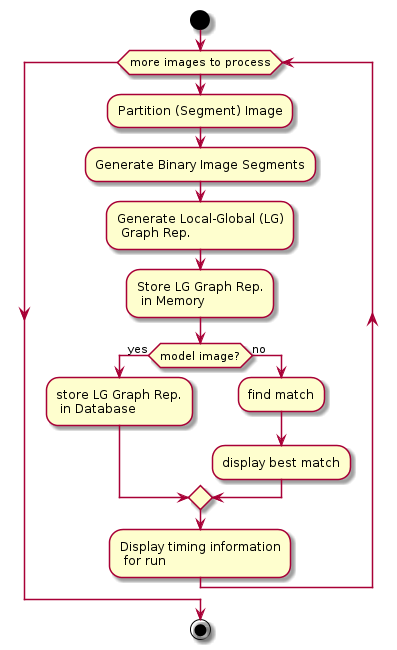
Above: docs/activity_process_model_image.png in mrobbeloth/obstruction (PlantUML), before the change. The source it was exported from:
```plantuml
@startuml
start
while (more images to process)
   :Partition (Segment) Image;
   :Generate Binary Image Segments;
   :Generate Local-Global (LG)\n Graph Rep.;
   :Store LG Graph Rep.\n in Memory;
   if (model image?) then (yes)
      :store LG Graph Rep.\n in Database;
   else (no)
      :find match;
      :display best match;
   endif
   :Display timing information\n for run;
endwhile
stop
@enduml
```
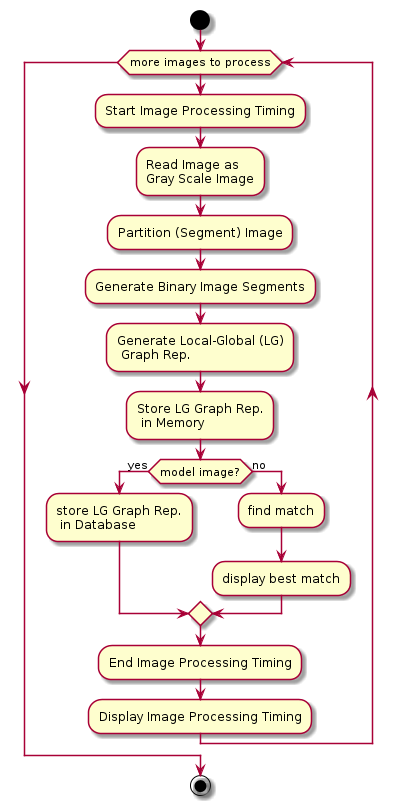
The same diagram one commit later.

Commit message:
Update activity diagram for basic program flow

Change to the diagram source:
```diff
@@ -1,6 +1,8 @@
 @startuml
 start
 while (more images to process)
+   :Start Image Processing Timing;
+   :Read Image as \nGray Scale Image;
    :Partition (Segment) Image;
    :Generate Binary Image Segments;
    :Generate Local-Global (LG)\n Graph Rep.;
@@ -11,7 +13,8 @@
       :find match;
       :display best match;
    endif
-   :Display timing information\n for run;
+   :End Image Processing Timing;
+   :Display Image Processing Timing;
 endwhile
 stop
 @enduml
```
